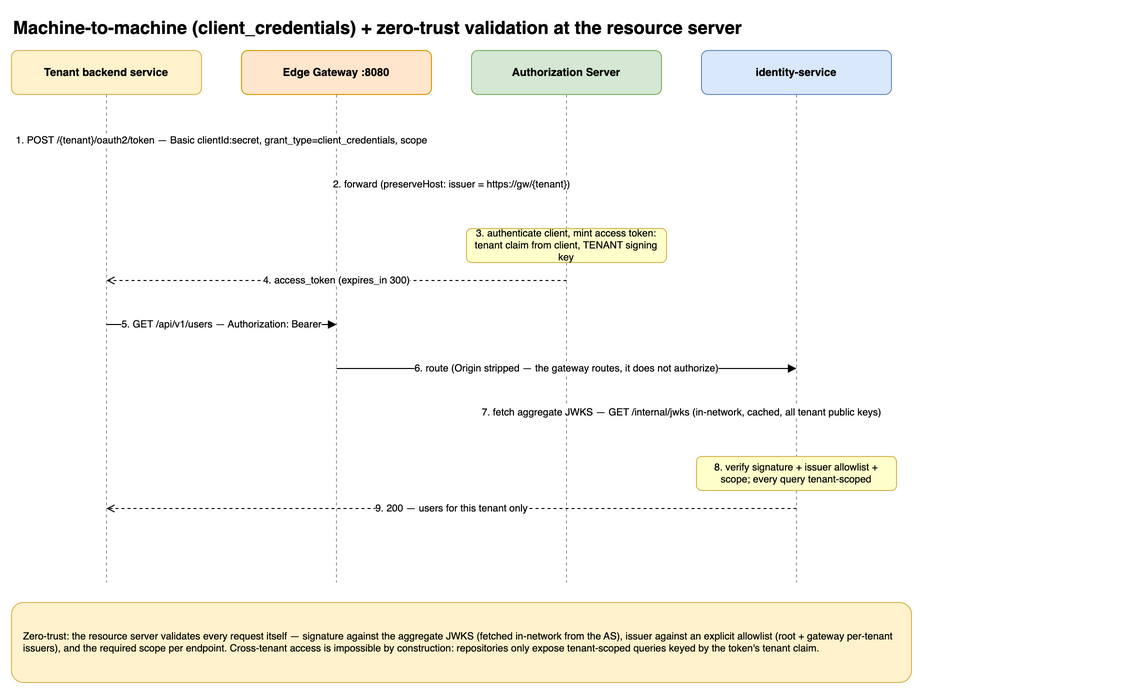
Earlier version of the draw.io export architecture/diagrams/seq-m2m-client-credentials.drawio.png (AegisIdentity/aegis-platform-docs). Source tidied: cells renumbered, new cells last; positions are measured from the earlier drawing's top-left corner, leaving out a move shared by most shapes. The source it was exported from:
```xml
<mxGraphModel>
  <root>
    <mxCell id="0" />
    <mxCell id="1" parent="0" />
    <mxCell id="2" value="Machine-to-machine (client_credentials) + zero-trust validation at the resource server" style="text;html=1;fontSize=18;fontStyle=1;align=left;" parent="1" vertex="1">
      <mxGeometry width="1100" height="30" as="geometry" />
    </mxCell>
    <mxCell id="3" value="Tenant backend service" style="rounded=1;whiteSpace=wrap;html=1;fontStyle=1;fontSize=11;fillColor=#FFF2CC;strokeColor=#D6B656;" parent="1" vertex="1">
      <mxGeometry y="40" width="190" height="44" as="geometry" />
    </mxCell>
    <mxCell id="4" style="endArrow=none;dashed=1;html=1;strokeColor=#999999;" parent="1" edge="1">
      <mxGeometry relative="1" as="geometry">
        <mxPoint x="95" y="84" as="sourcePoint" />
        <mxPoint x="95" y="572" as="targetPoint" />
      </mxGeometry>
    </mxCell>
    <mxCell id="5" value="Edge Gateway :8080" style="rounded=1;whiteSpace=wrap;html=1;fontStyle=1;fontSize=11;fillColor=#FFE6CC;strokeColor=#D79B00;" parent="1" vertex="1">
      <mxGeometry x="230" y="40" width="190" height="44" as="geometry" />
    </mxCell>
    <mxCell id="6" style="endArrow=none;dashed=1;html=1;strokeColor=#999999;" parent="1" edge="1">
      <mxGeometry relative="1" as="geometry">
        <mxPoint x="325" y="84" as="sourcePoint" />
        <mxPoint x="325" y="572" as="targetPoint" />
      </mxGeometry>
    </mxCell>
    <mxCell id="7" value="Authorization Server" style="rounded=1;whiteSpace=wrap;html=1;fontStyle=1;fontSize=11;fillColor=#D5E8D4;strokeColor=#82B366;" parent="1" vertex="1">
      <mxGeometry x="460" y="40" width="190" height="44" as="geometry" />
    </mxCell>
    <mxCell id="8" style="endArrow=none;dashed=1;html=1;strokeColor=#999999;" parent="1" edge="1">
      <mxGeometry relative="1" as="geometry">
        <mxPoint x="555" y="84" as="sourcePoint" />
        <mxPoint x="555" y="572" as="targetPoint" />
      </mxGeometry>
    </mxCell>
    <mxCell id="9" value="identity-service" style="rounded=1;whiteSpace=wrap;html=1;fontStyle=1;fontSize=11;fillColor=#DAE8FC;strokeColor=#6C8EBF;" parent="1" vertex="1">
      <mxGeometry x="690" y="40" width="190" height="44" as="geometry" />
    </mxCell>
    <mxCell id="10" style="endArrow=none;dashed=1;html=1;strokeColor=#999999;" parent="1" edge="1">
      <mxGeometry relative="1" as="geometry">
        <mxPoint x="785" y="84" as="sourcePoint" />
        <mxPoint x="785" y="572" as="targetPoint" />
      </mxGeometry>
    </mxCell>
    <mxCell id="11" value="1. POST /{tenant}/oauth2/token — Basic clientId:secret, grant_type=client_credentials, scope" style="html=1;fontSize=10;endArrow=block;endFill=1;rounded=0;" parent="1" edge="1">
      <mxGeometry relative="1" as="geometry">
        <mxPoint x="95" y="130" as="sourcePoint" />
        <mxPoint x="325" y="130" as="targetPoint" />
      </mxGeometry>
    </mxCell>
    <mxCell id="12" value="2. forward (preserveHost: issuer = https://gw/{tenant})" style="html=1;fontSize=10;endArrow=block;endFill=1;rounded=0;" parent="1" edge="1">
      <mxGeometry relative="1" as="geometry">
        <mxPoint x="325" y="174" as="sourcePoint" />
        <mxPoint x="555" y="174" as="targetPoint" />
      </mxGeometry>
    </mxCell>
    <mxCell id="13" value="3. authenticate client, mint access token:&#10;tenant claim from client, TENANT signing key" style="rounded=1;whiteSpace=wrap;html=1;fontSize=10;fillColor=#FFFFCC;strokeColor=#D6B656;" parent="1" vertex="1">
      <mxGeometry x="455" y="218" width="200" height="34" as="geometry" />
    </mxCell>
    <mxCell id="14" value="4. access_token (expires_in 300)" style="html=1;fontSize=10;endArrow=open;dashed=1;rounded=0;" parent="1" edge="1">
      <mxGeometry relative="1" as="geometry">
        <mxPoint x="555" y="270" as="sourcePoint" />
        <mxPoint x="95" y="270" as="targetPoint" />
      </mxGeometry>
    </mxCell>
    <mxCell id="15" value="5. GET /api/v1/users — Authorization: Bearer" style="html=1;fontSize=10;endArrow=block;endFill=1;rounded=0;" parent="1" edge="1">
      <mxGeometry relative="1" as="geometry">
        <mxPoint x="95" y="314" as="sourcePoint" />
        <mxPoint x="325" y="314" as="targetPoint" />
      </mxGeometry>
    </mxCell>
    <mxCell id="16" value="6. route (Origin stripped — the gateway routes, it does not authorize)" style="html=1;fontSize=10;endArrow=block;endFill=1;rounded=0;" parent="1" edge="1">
      <mxGeometry relative="1" as="geometry">
        <mxPoint x="325" y="358" as="sourcePoint" />
        <mxPoint x="785" y="358" as="targetPoint" />
      </mxGeometry>
    </mxCell>
    <mxCell id="17" value="7. fetch aggregate JWKS — GET /internal/jwks (in-network, cached, all tenant public keys)" style="html=1;fontSize=10;endArrow=open;dashed=1;rounded=0;" parent="1" edge="1">
      <mxGeometry relative="1" as="geometry">
        <mxPoint x="785" y="402" as="sourcePoint" />
        <mxPoint x="555" y="402" as="targetPoint" />
      </mxGeometry>
    </mxCell>
    <mxCell id="18" value="8. verify signature + issuer allowlist +&#10;scope; every query tenant-scoped" style="rounded=1;whiteSpace=wrap;html=1;fontSize=10;fillColor=#FFFFCC;strokeColor=#D6B656;" parent="1" vertex="1">
      <mxGeometry x="685" y="446" width="200" height="34" as="geometry" />
    </mxCell>
    <mxCell id="19" value="9. 200 — users for this tenant only" style="html=1;fontSize=10;endArrow=open;dashed=1;rounded=0;" parent="1" edge="1">
      <mxGeometry relative="1" as="geometry">
        <mxPoint x="785" y="498" as="sourcePoint" />
        <mxPoint x="95" y="498" as="targetPoint" />
      </mxGeometry>
    </mxCell>
    <mxCell id="20" value="Zero-trust: the resource server validates every request itself — signature against the aggregate JWKS (fetched in-network from the AS), issuer against an explicit allowlist (root + gateway per-tenant issuers), and the required scope per endpoint. Cross-tenant access is impossible by construction: repositories only expose tenant-scoped queries keyed by the token's tenant claim." style="rounded=1;whiteSpace=wrap;html=1;fontSize=10;align=left;spacingLeft=8;spacing=4;fillColor=#FFF2CC;strokeColor=#D6B656;" parent="1" vertex="1">
      <mxGeometry y="592" width="900" height="80" as="geometry" />
    </mxCell>
  </root>
</mxGraphModel>
```
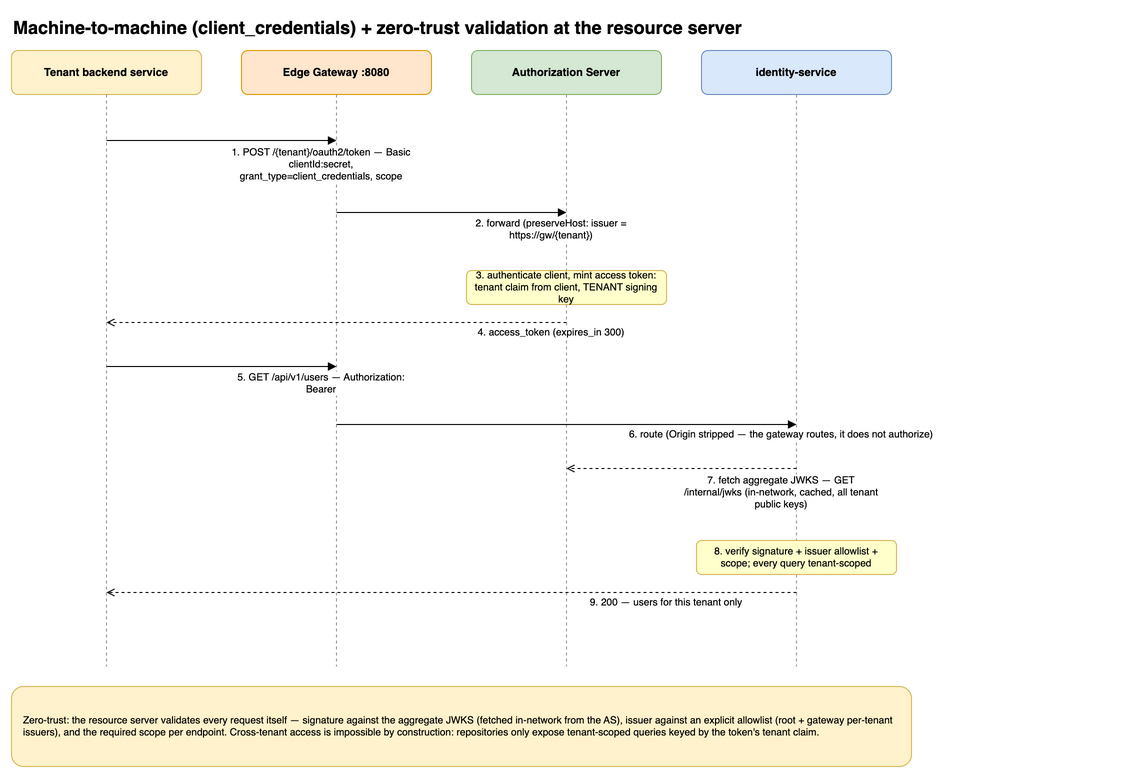
Above is the later version.

What changed in the source:
```diff
@@ -11,7 +11,7 @@
     <mxCell id="4" style="endArrow=none;dashed=1;html=1;strokeColor=#999999;" parent="1" edge="1">
       <mxGeometry relative="1" as="geometry">
         <mxPoint x="95" y="84" as="sourcePoint" />
-        <mxPoint x="95" y="572" as="targetPoint" />
+        <mxPoint x="95" y="656" as="targetPoint" />
       </mxGeometry>
     </mxCell>
     <mxCell id="5" value="Edge Gateway :8080" style="rounded=1;whiteSpace=wrap;html=1;fontStyle=1;fontSize=11;fillColor=#FFE6CC;strokeColor=#D79B00;" parent="1" vertex="1">
@@ -20,7 +20,7 @@
     <mxCell id="6" style="endArrow=none;dashed=1;html=1;strokeColor=#999999;" parent="1" edge="1">
       <mxGeometry relative="1" as="geometry">
         <mxPoint x="325" y="84" as="sourcePoint" />
-        <mxPoint x="325" y="572" as="targetPoint" />
+        <mxPoint x="325" y="656" as="targetPoint" />
       </mxGeometry>
     </mxCell>
     <mxCell id="7" value="Authorization Server" style="rounded=1;whiteSpace=wrap;html=1;fontStyle=1;fontSize=11;fillColor=#D5E8D4;strokeColor=#82B366;" parent="1" vertex="1">
@@ -29,7 +29,7 @@
     <mxCell id="8" style="endArrow=none;dashed=1;html=1;strokeColor=#999999;" parent="1" edge="1">
       <mxGeometry relative="1" as="geometry">
         <mxPoint x="555" y="84" as="sourcePoint" />
-        <mxPoint x="555" y="572" as="targetPoint" />
+        <mxPoint x="555" y="656" as="targetPoint" />
       </mxGeometry>
     </mxCell>
     <mxCell id="9" value="identity-service" style="rounded=1;whiteSpace=wrap;html=1;fontStyle=1;fontSize=11;fillColor=#DAE8FC;strokeColor=#6C8EBF;" parent="1" vertex="1">
@@ -38,59 +38,80 @@
     <mxCell id="10" style="endArrow=none;dashed=1;html=1;strokeColor=#999999;" parent="1" edge="1">
       <mxGeometry relative="1" as="geometry">
         <mxPoint x="785" y="84" as="sourcePoint" />
-        <mxPoint x="785" y="572" as="targetPoint" />
+        <mxPoint x="785" y="656" as="targetPoint" />
       </mxGeometry>
     </mxCell>
-    <mxCell id="11" value="1. POST /{tenant}/oauth2/token — Basic clientId:secret, grant_type=client_credentials, scope" style="html=1;fontSize=10;endArrow=block;endFill=1;rounded=0;" parent="1" edge="1">
+    <mxCell id="11" style="html=1;fontSize=10;endArrow=block;endFill=1;rounded=0;" parent="1" edge="1">
       <mxGeometry relative="1" as="geometry">
         <mxPoint x="95" y="130" as="sourcePoint" />
         <mxPoint x="325" y="130" as="targetPoint" />
       </mxGeometry>
     </mxCell>
-    <mxCell id="12" value="2. forward (preserveHost: issuer = https://gw/{tenant})" style="html=1;fontSize=10;endArrow=block;endFill=1;rounded=0;" parent="1" edge="1">
-      <mxGeometry relative="1" as="geometry">
-        <mxPoint x="325" y="174" as="sourcePoint" />
-        <mxPoint x="555" y="174" as="targetPoint" />
-      </mxGeometry>
+    <mxCell id="12" value="1. POST /{tenant}/oauth2/token — Basic clientId:secret, grant_type=client_credentials, scope" style="edgeLabel;html=1;align=center;verticalAlign=middle;whiteSpace=wrap;labelBackgroundColor=#FFFFFF;fontSize=10;" parent="11" vertex="1">
+      <mxGeometry width="200" height="48" relative="1" as="geometry" />
     </mxCell>
-    <mxCell id="13" value="3. authenticate client, mint access token:&#10;tenant claim from client, TENANT signing key" style="rounded=1;whiteSpace=wrap;html=1;fontSize=10;fillColor=#FFFFCC;strokeColor=#D6B656;" parent="1" vertex="1">
-      <mxGeometry x="455" y="218" width="200" height="34" as="geometry" />
+    <mxCell id="13" style="html=1;fontSize=10;endArrow=block;endFill=1;rounded=0;" parent="1" edge="1">
+      <mxGeometry relative="1" as="geometry">
+        <mxPoint x="325" y="202" as="sourcePoint" />
+        <mxPoint x="555" y="202" as="targetPoint" />
+      </mxGeometry>
     </mxCell>
-    <mxCell id="14" value="4. access_token (expires_in 300)" style="html=1;fontSize=10;endArrow=open;dashed=1;rounded=0;" parent="1" edge="1">
-      <mxGeometry relative="1" as="geometry">
-        <mxPoint x="555" y="270" as="sourcePoint" />
-        <mxPoint x="95" y="270" as="targetPoint" />
-      </mxGeometry>
+    <mxCell id="14" value="2. forward (preserveHost: issuer = https://gw/{tenant})" style="edgeLabel;html=1;align=center;verticalAlign=middle;whiteSpace=wrap;labelBackgroundColor=#FFFFFF;fontSize=10;" parent="13" vertex="1">
+      <mxGeometry width="200" height="34" relative="1" as="geometry" />
     </mxCell>
-    <mxCell id="15" value="5. GET /api/v1/users — Authorization: Bearer" style="html=1;fontSize=10;endArrow=block;endFill=1;rounded=0;" parent="1" edge="1">
-      <mxGeometry relative="1" as="geometry">
-        <mxPoint x="95" y="314" as="sourcePoint" />
-        <mxPoint x="325" y="314" as="targetPoint" />
-      </mxGeometry>
+    <mxCell id="15" value="3. authenticate client, mint access token:&#10;tenant claim from client, TENANT signing key" style="rounded=1;whiteSpace=wrap;html=1;fontSize=10;fillColor=#FFFFCC;strokeColor=#D6B656;" parent="1" vertex="1">
+      <mxGeometry x="455" y="260" width="200" height="34" as="geometry" />
     </mxCell>
-    <mxCell id="16" value="6. route (Origin stripped — the gateway routes, it does not authorize)" style="html=1;fontSize=10;endArrow=block;endFill=1;rounded=0;" parent="1" edge="1">
+    <mxCell id="16" style="html=1;fontSize=10;endArrow=open;dashed=1;rounded=0;" parent="1" edge="1">
       <mxGeometry relative="1" as="geometry">
-        <mxPoint x="325" y="358" as="sourcePoint" />
-        <mxPoint x="785" y="358" as="targetPoint" />
+        <mxPoint x="555" y="312" as="sourcePoint" />
+        <mxPoint x="95" y="312" as="targetPoint" />
       </mxGeometry>
     </mxCell>
-    <mxCell id="17" value="7. fetch aggregate JWKS — GET /internal/jwks (in-network, cached, all tenant public keys)" style="html=1;fontSize=10;endArrow=open;dashed=1;rounded=0;" parent="1" edge="1">
-      <mxGeometry relative="1" as="geometry">
-        <mxPoint x="785" y="402" as="sourcePoint" />
-        <mxPoint x="555" y="402" as="targetPoint" />
-      </mxGeometry>
+    <mxCell id="17" value="4. access_token (expires_in 300)" style="edgeLabel;html=1;align=center;verticalAlign=middle;whiteSpace=wrap;labelBackgroundColor=#FFFFFF;fontSize=10;" parent="16" vertex="1">
+      <mxGeometry width="430" height="20" relative="1" as="geometry" />
     </mxCell>
-    <mxCell id="18" value="8. verify signature + issuer allowlist +&#10;scope; every query tenant-scoped" style="rounded=1;whiteSpace=wrap;html=1;fontSize=10;fillColor=#FFFFCC;strokeColor=#D6B656;" parent="1" vertex="1">
-      <mxGeometry x="685" y="446" width="200" height="34" as="geometry" />
+    <mxCell id="18" style="html=1;fontSize=10;endArrow=block;endFill=1;rounded=0;" parent="1" edge="1">
+      <mxGeometry relative="1" as="geometry">
+        <mxPoint x="95" y="356" as="sourcePoint" />
+        <mxPoint x="325" y="356" as="targetPoint" />
+      </mxGeometry>
     </mxCell>
-    <mxCell id="19" value="9. 200 — users for this tenant only" style="html=1;fontSize=10;endArrow=open;dashed=1;rounded=0;" parent="1" edge="1">
-      <mxGeometry relative="1" as="geometry">
-        <mxPoint x="785" y="498" as="sourcePoint" />
-        <mxPoint x="95" y="498" as="targetPoint" />
-      </mxGeometry>
+    <mxCell id="19" value="5. GET /api/v1/users — Authorization: Bearer" style="edgeLabel;html=1;align=center;verticalAlign=middle;whiteSpace=wrap;labelBackgroundColor=#FFFFFF;fontSize=10;" parent="18" vertex="1">
+      <mxGeometry width="200" height="34" relative="1" as="geometry" />
     </mxCell>
-    <mxCell id="20" value="Zero-trust: the resource server validates every request itself — signature against the aggregate JWKS (fetched in-network from the AS), issuer against an explicit allowlist (root + gateway per-tenant issuers), and the required scope per endpoint. Cross-tenant access is impossible by construction: repositories only expose tenant-scoped queries keyed by the token's tenant claim." style="rounded=1;whiteSpace=wrap;html=1;fontSize=10;align=left;spacingLeft=8;spacing=4;fillColor=#FFF2CC;strokeColor=#D6B656;" parent="1" vertex="1">
-      <mxGeometry y="592" width="900" height="80" as="geometry" />
+    <mxCell id="20" style="html=1;fontSize=10;endArrow=block;endFill=1;rounded=0;" parent="1" edge="1">
+      <mxGeometry relative="1" as="geometry">
+        <mxPoint x="325" y="414" as="sourcePoint" />
+        <mxPoint x="785" y="414" as="targetPoint" />
+      </mxGeometry>
     </mxCell>
+    <mxCell id="21" value="6. route (Origin stripped — the gateway routes, it does not authorize)" style="edgeLabel;html=1;align=center;verticalAlign=middle;whiteSpace=wrap;labelBackgroundColor=#FFFFFF;fontSize=10;" parent="20" vertex="1">
+      <mxGeometry width="430" height="20" relative="1" as="geometry" />
+    </mxCell>
+    <mxCell id="22" style="html=1;fontSize=10;endArrow=open;dashed=1;rounded=0;" parent="1" edge="1">
+      <mxGeometry relative="1" as="geometry">
+        <mxPoint x="785" y="458" as="sourcePoint" />
+        <mxPoint x="555" y="458" as="targetPoint" />
+      </mxGeometry>
+    </mxCell>
+    <mxCell id="23" value="7. fetch aggregate JWKS — GET /internal/jwks (in-network, cached, all tenant public keys)" style="edgeLabel;html=1;align=center;verticalAlign=middle;whiteSpace=wrap;labelBackgroundColor=#FFFFFF;fontSize=10;" parent="22" vertex="1">
+      <mxGeometry width="200" height="48" relative="1" as="geometry" />
+    </mxCell>
+    <mxCell id="24" value="8. verify signature + issuer allowlist +&#10;scope; every query tenant-scoped" style="rounded=1;whiteSpace=wrap;html=1;fontSize=10;fillColor=#FFFFCC;strokeColor=#D6B656;" parent="1" vertex="1">
+      <mxGeometry x="685" y="530" width="200" height="34" as="geometry" />
+    </mxCell>
+    <mxCell id="25" style="html=1;fontSize=10;endArrow=open;dashed=1;rounded=0;" parent="1" edge="1">
+      <mxGeometry relative="1" as="geometry">
+        <mxPoint x="785" y="582" as="sourcePoint" />
+        <mxPoint x="95" y="582" as="targetPoint" />
+      </mxGeometry>
+    </mxCell>
+    <mxCell id="26" value="9. 200 — users for this tenant only" style="edgeLabel;html=1;align=center;verticalAlign=middle;whiteSpace=wrap;labelBackgroundColor=#FFFFFF;fontSize=10;" parent="25" vertex="1">
+      <mxGeometry width="430" height="20" relative="1" as="geometry" />
+    </mxCell>
+    <mxCell id="27" value="Zero-trust: the resource server validates every request itself — signature against the aggregate JWKS (fetched in-network from the AS), issuer against an explicit allowlist (root + gateway per-tenant issuers), and the required scope per endpoint. Cross-tenant access is impossible by construction: repositories only expose tenant-scoped queries keyed by the token's tenant claim." style="rounded=1;whiteSpace=wrap;html=1;fontSize=10;align=left;spacingLeft=8;spacing=4;fillColor=#FFF2CC;strokeColor=#D6B656;" parent="1" vertex="1">
+      <mxGeometry y="676" width="900" height="80" as="geometry" />
+    </mxCell>
   </root>
 </mxGraphModel>
```
